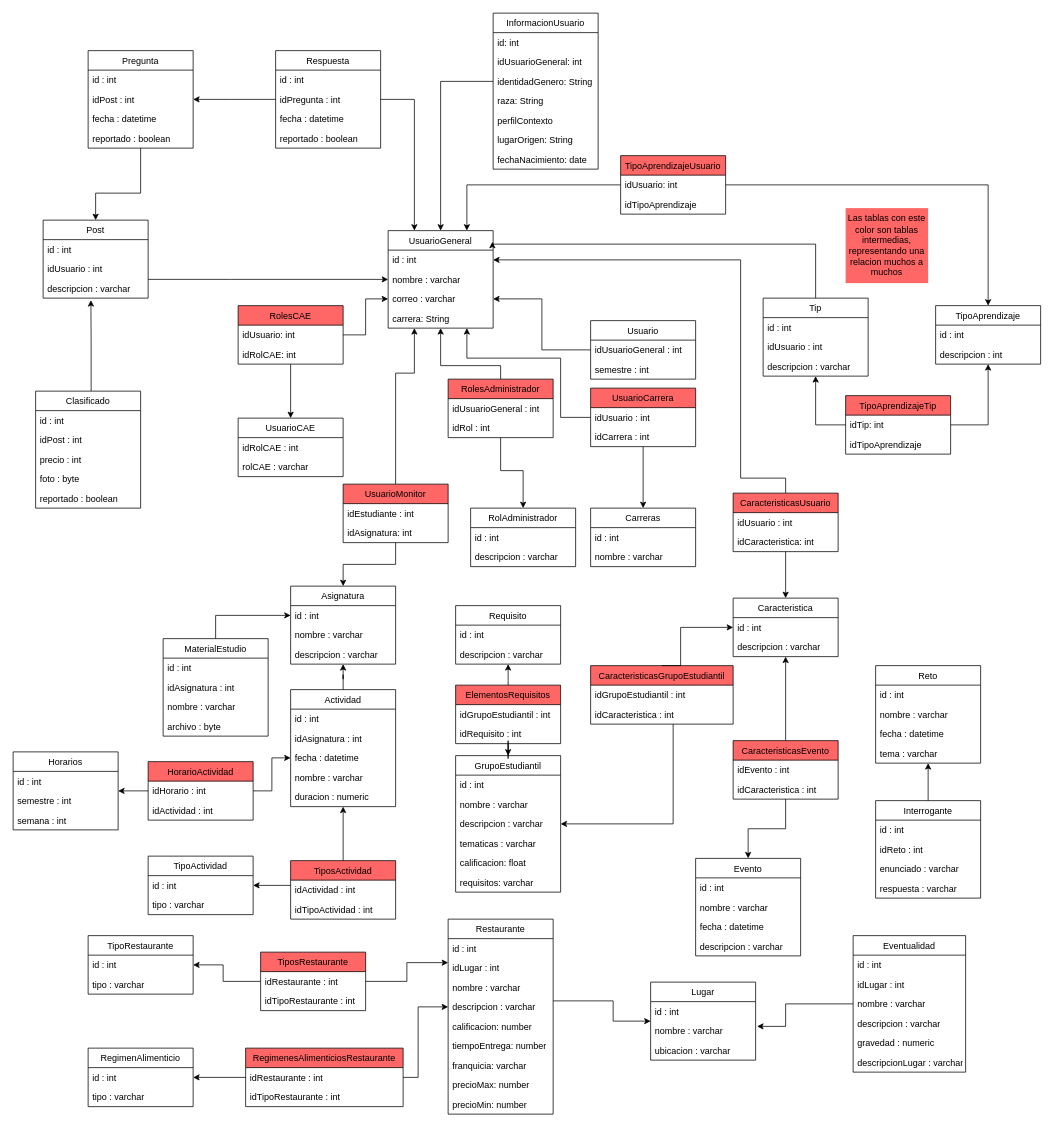
This is diagramas/persistencia.drawio from Campus-Connect-PUJ/Campus-Connect-Back, a draw.io file, before an edit. Source tidied: cells renumbered, new cells numbered last; positions are measured from the earlier drawing's top-left corner, leaving out a move shared by most shapes. Both pictures are drawn from the tidied source at 75%, with x=0, y=0 at pixel (13, 13).
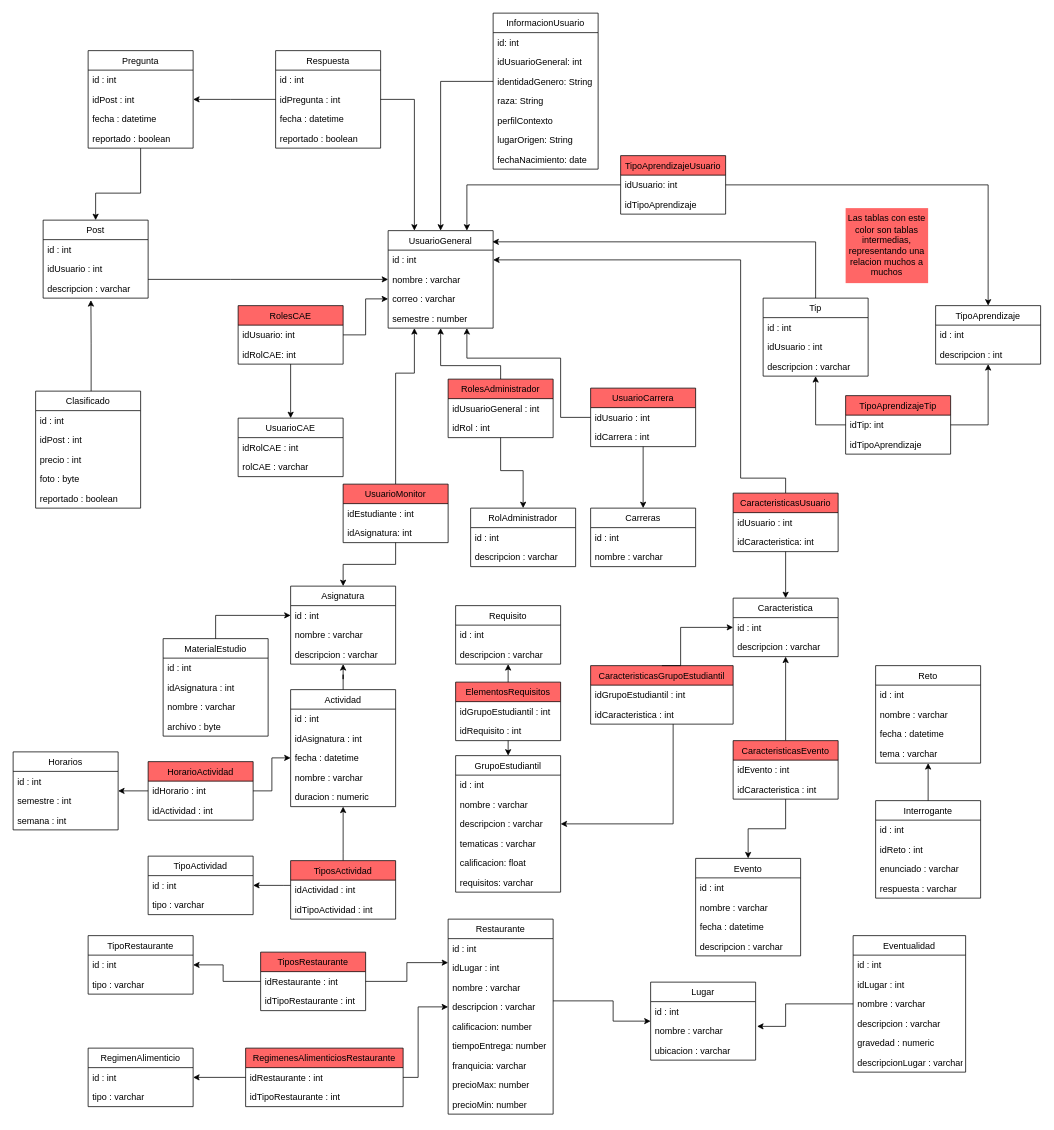
The same diagram, later.

Unchanged cells that the change refers to:
```xml
<mxCell id="2" value="UsuarioGeneral" style="swimlane;fontStyle=0;horizontal=1;startSize=26;fillColor=none;" parent="1" vertex="1">
  <mxGeometry x="500" y="290" width="140" height="130" as="geometry" />
</mxCell>
<mxCell id="5" value="correo : varchar" style="text;strokeColor=none;fillColor=none;align=left;verticalAlign=top;spacingLeft=4;spacingRight=4;overflow=hidden;points=[[0,0.5],[1,0.5]];portConstraint=eastwest;" parent="2" vertex="1">
  <mxGeometry y="78" width="140" height="26" as="geometry" />
</mxCell>
<mxCell id="68" value="GrupoEstudiantil" style="swimlane;fontStyle=0;horizontal=1;startSize=26;fillColor=none;" parent="1" vertex="1">
  <mxGeometry x="590" y="990" width="140" height="182" as="geometry" />
</mxCell>
<mxCell id="164" value="Tip" style="swimlane;fontStyle=0;horizontal=1;startSize=26;fillColor=none;" parent="1" vertex="1">
  <mxGeometry x="1000" y="380" width="140" height="104" as="geometry" />
</mxCell>
```

What changed in the source:
```diff
@@
-    <mxCell id="6" value="carrera: String" style="text;strokeColor=none;fillColor=none;align=left;verticalAlign=top;spacingLeft=4;spacingRight=4;overflow=hidden;" parent="2" vertex="1">
-      <mxGeometry y="104" width="140" height="26" as="geometry" />
-    </mxCell>
-    <mxCell id="7" value="Usuario" style="swimlane;fontStyle=0;horizontal=1;startSize=26;fillColor=none;" parent="1" vertex="1">
-      <mxGeometry x="770" y="410" width="140" height="78" as="geometry" />
-    </mxCell>
-    <mxCell id="8" value="idUsuarioGeneral : int" style="text;strokeColor=none;fillColor=none;align=left;verticalAlign=top;spacingLeft=4;spacingRight=4;overflow=hidden;points=[[0,0.5],[1,0.5]];portConstraint=eastwest;" parent="7" vertex="1">
-      <mxGeometry y="26" width="140" height="26" as="geometry" />
-    </mxCell>
-    <mxCell id="9" value="semestre : int" style="text;strokeColor=none;fillColor=none;align=left;verticalAlign=top;spacingLeft=4;spacingRight=4;overflow=hidden;" parent="7" vertex="1">
-      <mxGeometry y="52" width="140" height="26" as="geometry" />
-    </mxCell>
+    <mxCell id="215" value="semestre : number" style="text;strokeColor=none;fillColor=none;align=left;verticalAlign=top;spacingLeft=4;spacingRight=4;overflow=hidden;" parent="2" vertex="1">
+      <mxGeometry y="104" width="140" height="26" as="geometry" />
+    </mxCell>
@@
-    <mxCell id="15" style="edgeStyle=orthogonalEdgeStyle;rounded=0;jettySize=auto;html=1;entryX=1;entryY=0.5;entryDx=0;entryDy=0;" parent="1" edge="1" source="8" target="5">
-      <mxGeometry relative="1" as="geometry" />
-    </mxCell>
@@
-    <mxCell id="75" style="edgeStyle=orthogonalEdgeStyle;rounded=0;jettySize=auto;html=1;entryX=0.5;entryY=0;entryDx=0;entryDy=0;" parent="1" edge="1" source="76" target="68">
+    <mxCell id="75" style="edgeStyle=orthogonalEdgeStyle;rounded=0;jettySize=auto;html=1;exitX=0.5;exitY=1;exitDx=0;exitDy=0;entryX=0.5;entryY=0;entryDx=0;entryDy=0;" parent="1" edge="1" source="76" target="68">
       <mxGeometry relative="1" as="geometry" />
     </mxCell>
     <mxCell id="76" value="ElementosRequisitos" style="swimlane;fontStyle=0;horizontal=1;startSize=26;fillColor=#FF6666;" parent="1" vertex="1">
-      <mxGeometry x="590" y="896" width="140" height="78" as="geometry" />
+      <mxGeometry x="590" y="892" width="140" height="78" as="geometry" />
     </mxCell>
@@
     <mxCell id="163" style="edgeStyle=orthogonalEdgeStyle;rounded=0;jettySize=auto;html=1;entryX=0.993;entryY=0.115;entryDx=0;entryDy=0;entryPerimeter=0;" parent="1" edge="1" source="164" target="2">
       <mxGeometry relative="1" as="geometry">
         <Array as="points">
-          <mxPoint x="1070" y="308" />
+          <mxPoint x="1070" y="305" />
         </Array>
       </mxGeometry>
     </mxCell>
```
